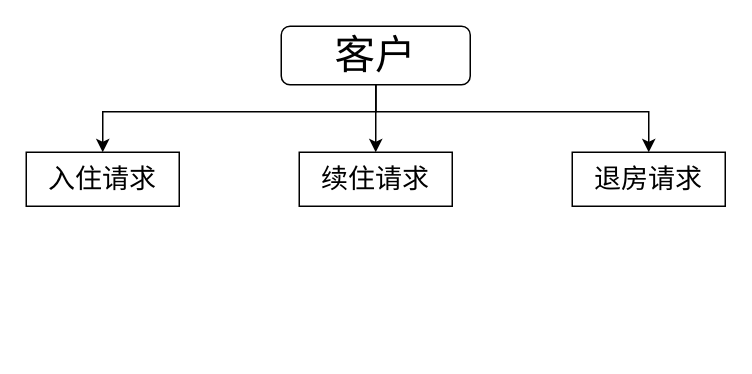
Before: 数据库需求分析.drawio in IRiDecenT/graph, a draw.io diagram. Source tidied: cells renumbered, new cells numbered last; positions are measured from the earlier drawing's top-left corner, leaving out a move shared by most shapes. Both pictures are drawn from the tidied source at 150%, with x=0, y=0 at pixel (26, 26).
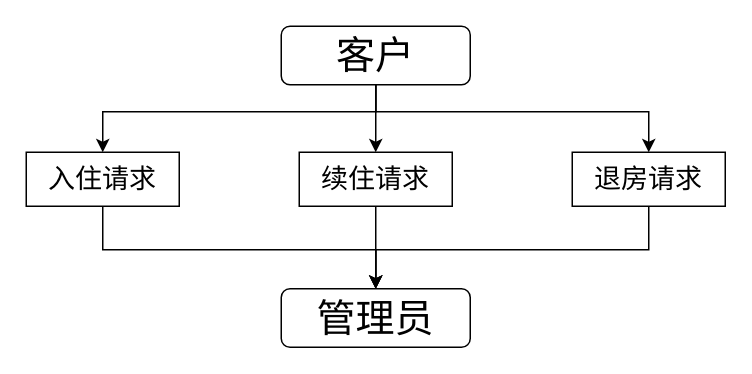
Above is the later version.

Commit message (it also covers changes not shown here):
更新数据库需求分析.drawio

Change to the diagram source:
```diff
@@
 <mxGraphModel>
   <root>
     <mxCell id="0" />
     <mxCell id="1" parent="0" />
     <mxCell id="2" style="edgeStyle=orthogonalEdgeStyle;rounded=0;jettySize=auto;html=1;" parent="1" edge="1" source="5" target="7">
       <mxGeometry relative="1" as="geometry" />
     </mxCell>
     <mxCell id="3" style="edgeStyle=orthogonalEdgeStyle;rounded=0;jettySize=auto;html=1;entryX=0.5;entryY=0;entryDx=0;entryDy=0;" parent="1" edge="1" source="5" target="8">
       <mxGeometry relative="1" as="geometry">
         <Array as="points">
           <mxPoint x="233" y="57" />
           <mxPoint x="415" y="57" />
         </Array>
       </mxGeometry>
     </mxCell>
     <mxCell id="4" style="edgeStyle=orthogonalEdgeStyle;rounded=0;jettySize=auto;html=1;entryX=0.5;entryY=0;entryDx=0;entryDy=0;" parent="1" edge="1" source="5" target="6">
       <mxGeometry relative="1" as="geometry">
         <Array as="points">
           <mxPoint x="233" y="57" />
           <mxPoint x="51" y="57" />
         </Array>
       </mxGeometry>
     </mxCell>
-    <mxCell id="5" value="&lt;font style=&quot;font-size: 27px;&quot;&gt;客户&lt;/font&gt;" style="rounded=1;whiteSpace=wrap;html=1;" parent="1" vertex="1">
+    <mxCell id="5" value="&lt;font style=&quot;font-size: 26px;&quot;&gt;客户&lt;/font&gt;" style="rounded=1;whiteSpace=wrap;html=1;" parent="1" vertex="1">
       <mxGeometry x="170" width="126" height="39" as="geometry" />
     </mxCell>
+    <mxCell id="9" style="edgeStyle=orthogonalEdgeStyle;rounded=0;jettySize=auto;html=1;entryX=0.5;entryY=0;entryDx=0;entryDy=0;" parent="1" edge="1" source="6" target="12">
+      <mxGeometry relative="1" as="geometry">
+        <Array as="points">
+          <mxPoint x="51" y="149" />
+          <mxPoint x="233" y="149" />
+        </Array>
+      </mxGeometry>
+    </mxCell>
     <mxCell id="6" value="&lt;font style=&quot;font-size: 18px;&quot;&gt;入住请求&lt;/font&gt;" style="rounded=0;whiteSpace=wrap;html=1;" parent="1" vertex="1">
       <mxGeometry y="84" width="102" height="36" as="geometry" />
     </mxCell>
+    <mxCell id="10" style="edgeStyle=orthogonalEdgeStyle;rounded=0;jettySize=auto;html=1;entryX=0.5;entryY=0;entryDx=0;entryDy=0;" parent="1" edge="1" source="7" target="12">
+      <mxGeometry relative="1" as="geometry" />
+    </mxCell>
     <mxCell id="7" value="&lt;font style=&quot;font-size: 18px;&quot;&gt;续住请求&lt;/font&gt;" style="rounded=0;whiteSpace=wrap;html=1;" parent="1" vertex="1">
       <mxGeometry x="182" y="84" width="102" height="36" as="geometry" />
     </mxCell>
+    <mxCell id="11" style="edgeStyle=orthogonalEdgeStyle;rounded=0;jettySize=auto;html=1;entryX=0.5;entryY=0;entryDx=0;entryDy=0;" parent="1" edge="1" source="8" target="12">
+      <mxGeometry relative="1" as="geometry">
+        <Array as="points">
+          <mxPoint x="415" y="149" />
+          <mxPoint x="233" y="149" />
+        </Array>
+      </mxGeometry>
+    </mxCell>
     <mxCell id="8" value="&lt;span style=&quot;font-size: 18px;&quot;&gt;退房请求&lt;/span&gt;" style="rounded=0;whiteSpace=wrap;html=1;" parent="1" vertex="1">
       <mxGeometry x="364" y="84" width="102" height="36" as="geometry" />
     </mxCell>
+    <mxCell id="12" value="&lt;font style=&quot;font-size: 26px;&quot;&gt;管理员&lt;/font&gt;" style="rounded=1;whiteSpace=wrap;html=1;" parent="1" vertex="1">
+      <mxGeometry x="170" y="175" width="126" height="39" as="geometry" />
+    </mxCell>
   </root>
 </mxGraphModel>
```
